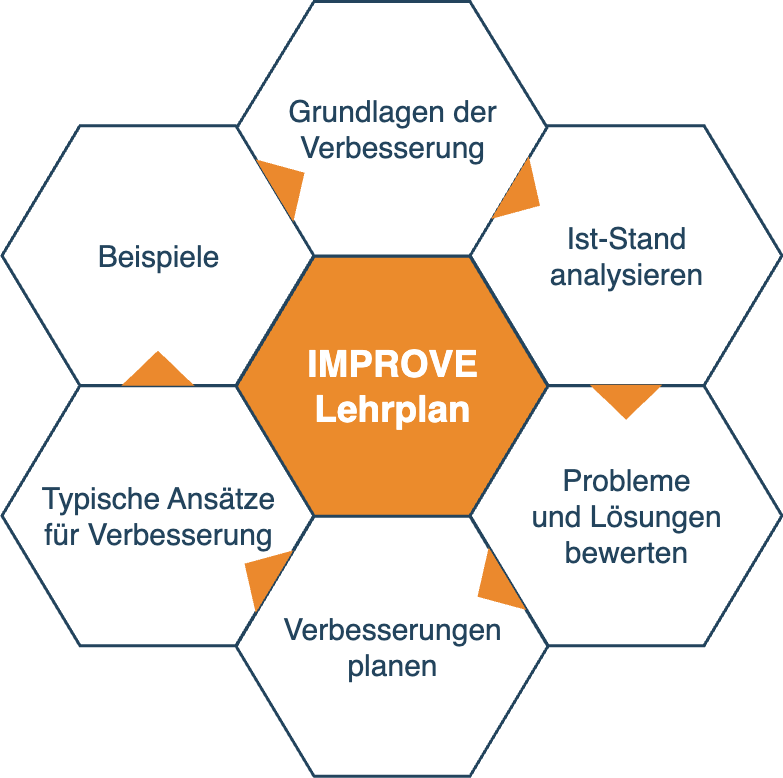
Before: docs/images/curriculum-structure-DE.drawio.png, a diagram exported from draw.io (isaqb-org/curriculum-improve). Source tidied: cells renumbered, new cells last; positions are measured from the earlier drawing's top-left corner, leaving out a move shared by most shapes.
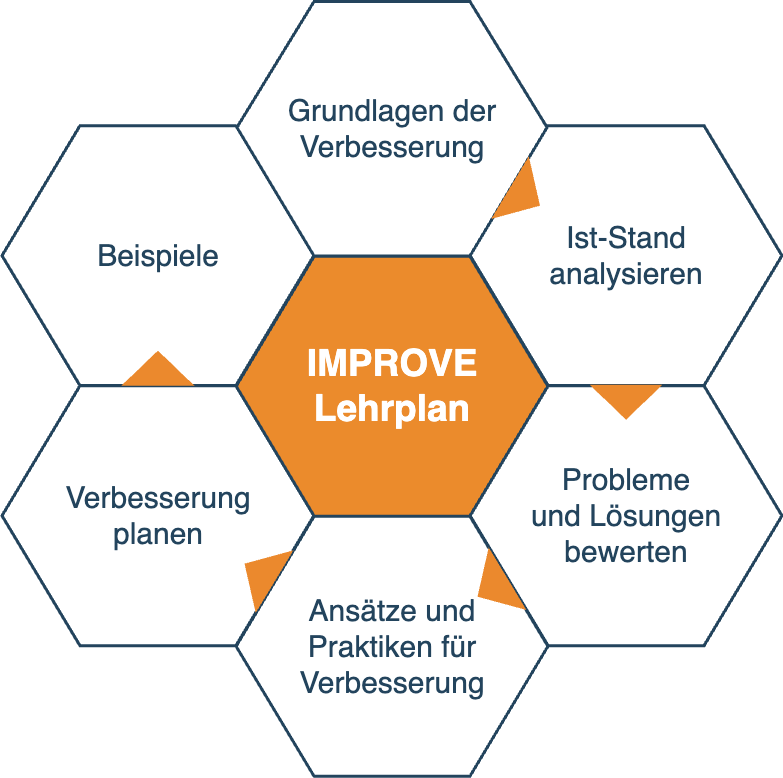
Later version of the same file.

Commit message:
updated DE version (png only), keep .drawio for archiving purpose only

The edit, as a diff of the source:
```diff
@@ -17,10 +17,10 @@
     <mxCell id="6" value="&lt;font&gt;Probleme&lt;/font&gt;&lt;div&gt;&lt;font&gt;und Lösungen&lt;/font&gt;&lt;/div&gt;&lt;div&gt;&lt;font&gt;bewerten&lt;/font&gt;&lt;/div&gt;" style="shape=hexagon;perimeter=hexagonPerimeter2;whiteSpace=wrap;html=1;shadow=0;labelBackgroundColor=none;strokeColor=#23445D;fillColor=#FFFFFF;gradientColor=none;fontFamily=Helvetica;fontSize=30;fontColor=#23445d;align=center;strokeWidth=3;" parent="1" vertex="1">
       <mxGeometry x="468.7" y="384.3" width="311.8" height="259.9" as="geometry" />
     </mxCell>
-    <mxCell id="7" value="Verbesserungen&lt;div&gt;planen&lt;/div&gt;" style="shape=hexagon;perimeter=hexagonPerimeter2;whiteSpace=wrap;html=1;shadow=0;labelBackgroundColor=none;strokeColor=#23445D;fillColor=#FFFFFF;gradientColor=none;fontFamily=Helvetica;fontSize=30;fontColor=#23445d;align=center;strokeWidth=3;" parent="1" vertex="1">
+    <mxCell id="7" value="Ansätze und&lt;br&gt;Praktiken für&lt;div&gt;Verbesserung&lt;/div&gt;" style="shape=hexagon;perimeter=hexagonPerimeter2;whiteSpace=wrap;html=1;shadow=0;labelBackgroundColor=none;strokeColor=#23445D;fillColor=#FFFFFF;gradientColor=none;fontFamily=Helvetica;fontSize=30;fontColor=#23445d;align=center;strokeWidth=3;" parent="1" vertex="1">
       <mxGeometry x="234.6" y="514.8" width="311.8" height="259.9" as="geometry" />
     </mxCell>
-    <mxCell id="8" value="Typische Ansätze &lt;br&gt;für&amp;nbsp;&lt;span style=&quot;background-color: transparent; color: light-dark(rgb(35, 68, 93), rgb(160, 188, 210));&quot;&gt;Verbesserung&lt;/span&gt;" style="shape=hexagon;perimeter=hexagonPerimeter2;whiteSpace=wrap;html=1;shadow=0;labelBackgroundColor=none;strokeColor=#23445D;fillColor=#FFFFFF;gradientColor=none;fontFamily=Helvetica;fontSize=30;fontColor=#23445d;align=center;strokeWidth=3;" parent="1" vertex="1">
+    <mxCell id="8" value="Verbesserung&lt;div&gt;planen&lt;/div&gt;" style="shape=hexagon;perimeter=hexagonPerimeter2;whiteSpace=wrap;html=1;shadow=0;labelBackgroundColor=none;strokeColor=#23445D;fillColor=#FFFFFF;gradientColor=none;fontFamily=Helvetica;fontSize=30;fontColor=#23445d;align=center;strokeWidth=3;" parent="1" vertex="1">
       <mxGeometry x="0.5" y="384.3" width="311.8" height="259.9" as="geometry" />
     </mxCell>
     <mxCell id="9" value="&lt;font&gt;Beispiele&lt;/font&gt;" style="shape=hexagon;perimeter=hexagonPerimeter2;whiteSpace=wrap;html=1;shadow=0;labelBackgroundColor=none;strokeColor=#23445D;fillColor=#ffffff;gradientColor=none;fontFamily=Helvetica;fontSize=30;fontColor=#23445D;align=center;strokeWidth=3;" parent="1" vertex="1">
@@ -32,9 +32,6 @@
     <mxCell id="11" style="triangle;whiteSpace=wrap;html=1;shadow=0;labelBackgroundColor=none;strokeColor=none;fillColor=light-dark(#eb892d, #a0bcd2);fontFamily=Helvetica;fontSize=17;fontColor=#23445d;align=center;rotation=31;gradientColor=none;flipH=1;strokeWidth=3;" parent="1" vertex="1">
       <mxGeometry x="240.5" y="534.7" width="35" height="73" as="geometry" />
     </mxCell>
-    <mxCell id="12" style="triangle;whiteSpace=wrap;html=1;shadow=0;labelBackgroundColor=none;strokeColor=none;fillColor=light-dark(#eb892d, #a0bcd2);fontFamily=Helvetica;fontSize=17;fontColor=#23445d;align=center;rotation=329;gradientColor=none;strokeWidth=3;" parent="1" vertex="1">
-      <mxGeometry x="270.5" y="143.7" width="35" height="73" as="geometry" />
-    </mxCell>
     <mxCell id="13" style="triangle;whiteSpace=wrap;html=1;shadow=0;labelBackgroundColor=none;strokeColor=none;fillColor=light-dark(#eb892d, #a0bcd2);fontFamily=Helvetica;fontSize=17;fontColor=#23445d;align=center;rotation=329;gradientColor=none;flipH=1;strokeWidth=3;" parent="1" vertex="1">
       <mxGeometry x="473.5" y="549.7" width="35" height="73" as="geometry" />
     </mxCell>
```
